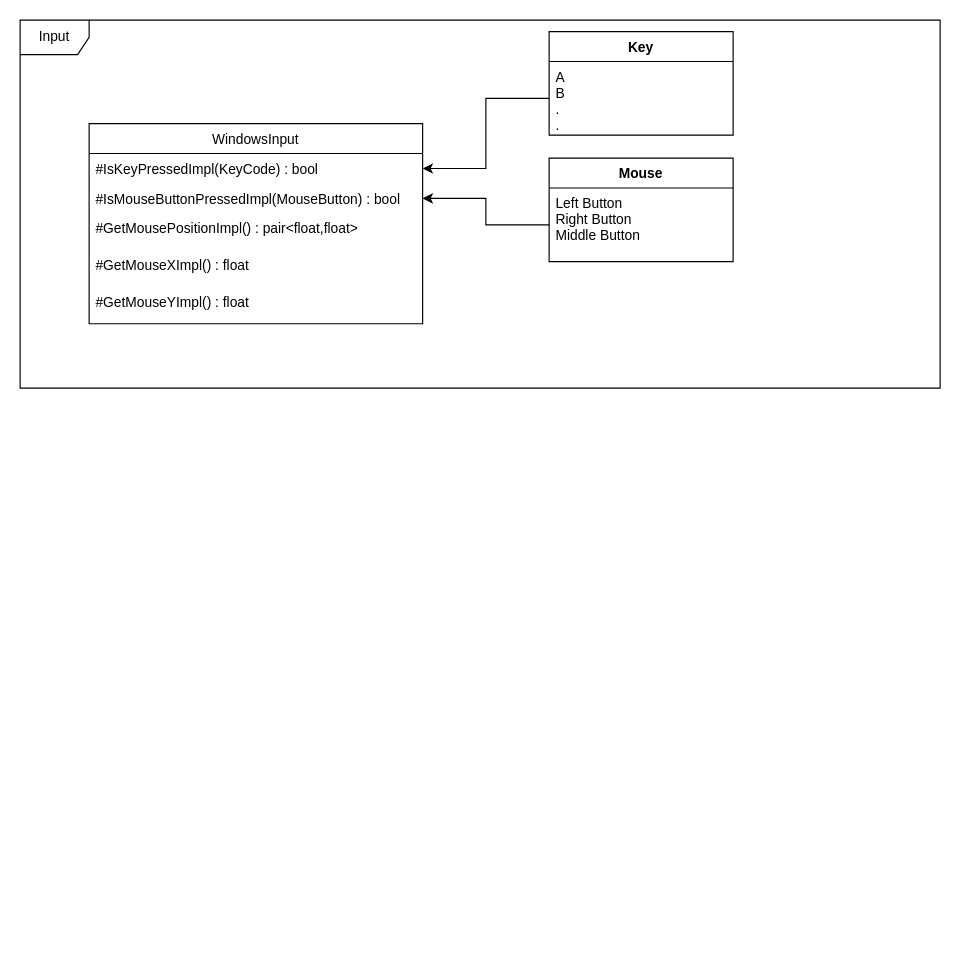
Earlier version of the draw.io diagram page "Input" (2 of 4) of UMLDiagram.drawio (hazN/ECS_Engine). Source tidied: cells renumbered, new cells numbered last; positions are measured from the earlier drawing's top-left corner, leaving out a move shared by most shapes. Both pictures are drawn from the tidied source at 115%, with x=0, y=0 at pixel (20, 20).
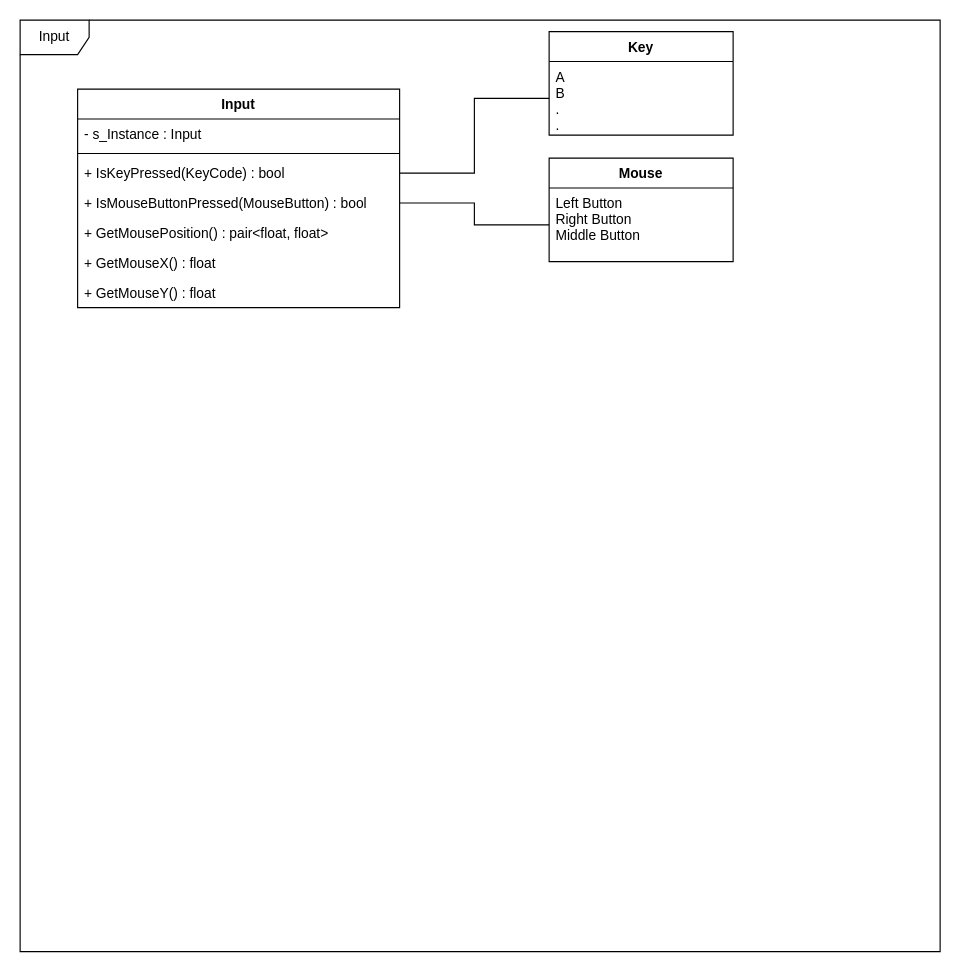
The same page after the edit.

Commit message:
Update UMLDiagram : input

Diff of the diagram source:
```diff
@@
 <mxGraphModel>
   <root>
     <mxCell id="0" />
     <mxCell id="1" parent="0" />
     <mxCell id="2" value="Input" style="shape=umlFrame;whiteSpace=wrap;html=1;" parent="1" vertex="1">
-      <mxGeometry width="800" height="320" as="geometry" />
+      <mxGeometry width="800" height="810" as="geometry" />
     </mxCell>
-    <mxCell id="3" value="WindowsInput" style="swimlane;fontStyle=0;horizontal=1;startSize=26;fillColor=none;" parent="1" vertex="1">
-      <mxGeometry x="60" y="90" width="290" height="174" as="geometry" />
-    </mxCell>
-    <mxCell id="4" value="#IsKeyPressedImpl(KeyCode) : bool" style="text;strokeColor=none;fillColor=none;align=left;verticalAlign=top;spacingLeft=4;spacingRight=4;overflow=hidden;points=[[0,0.5],[1,0.5]];portConstraint=eastwest;" parent="3" vertex="1">
-      <mxGeometry y="26" width="290" height="26" as="geometry" />
-    </mxCell>
-    <mxCell id="5" value="#IsMouseButtonPressedImpl(MouseButton) : bool" style="text;strokeColor=none;fillColor=none;align=left;verticalAlign=top;spacingLeft=4;spacingRight=4;overflow=hidden;points=[[0,0.5],[1,0.5]];portConstraint=eastwest;" parent="3" vertex="1">
-      <mxGeometry y="52" width="290" height="26" as="geometry" />
-    </mxCell>
-    <mxCell id="6" value="#GetMousePositionImpl() : pair&lt;float,float&gt; " style="text;strokeColor=none;fillColor=none;align=left;verticalAlign=top;spacingLeft=4;spacingRight=4;overflow=hidden;" parent="3" vertex="1">
-      <mxGeometry y="78" width="290" height="32" as="geometry" />
-    </mxCell>
-    <mxCell id="7" value="#GetMouseXImpl() : float" style="text;strokeColor=none;fillColor=none;align=left;verticalAlign=top;spacingLeft=4;spacingRight=4;overflow=hidden;" parent="3" vertex="1">
-      <mxGeometry y="110" width="290" height="32" as="geometry" />
-    </mxCell>
-    <mxCell id="8" value="#GetMouseYImpl() : float" style="text;strokeColor=none;fillColor=none;align=left;verticalAlign=top;spacingLeft=4;spacingRight=4;overflow=hidden;" parent="3" vertex="1">
-      <mxGeometry y="142" width="290" height="32" as="geometry" />
-    </mxCell>
     <mxCell id="9" value="Key" style="swimlane;fontStyle=1;align=center;verticalAlign=top;horizontal=1;startSize=26;" parent="1" vertex="1">
       <mxGeometry x="460" y="10" width="160" height="90" as="geometry" />
     </mxCell>
     <mxCell id="10" value="A&#10;B&#10;.&#10;.&#10;.&#10;" style="text;strokeColor=none;fillColor=none;align=left;verticalAlign=top;spacingLeft=4;spacingRight=4;overflow=hidden;points=[[0,0.5],[1,0.5]];portConstraint=eastwest;" parent="9" vertex="1">
       <mxGeometry y="26" width="160" height="64" as="geometry" />
     </mxCell>
-    <mxCell id="11" style="edgeStyle=orthogonalEdgeStyle;rounded=0;jettySize=auto;html=1;exitX=0;exitY=0.5;exitDx=0;exitDy=0;" parent="1" edge="1" source="10" target="4">
+    <mxCell id="11" style="edgeStyle=orthogonalEdgeStyle;rounded=0;jettySize=auto;html=1;exitX=0;exitY=0.5;exitDx=0;exitDy=0;endArrow=none;endFill=0;entryX=1;entryY=0.5;entryDx=0;entryDy=0;" parent="1" edge="1" source="10" target="18">
       <mxGeometry relative="1" as="geometry" />
     </mxCell>
     <mxCell id="12" value="Mouse" style="swimlane;fontStyle=1;align=center;verticalAlign=top;horizontal=1;startSize=26;" parent="1" vertex="1">
       <mxGeometry x="460" y="120" width="160" height="90" as="geometry" />
     </mxCell>
     <mxCell id="13" value="Left Button&#10;Right Button&#10;Middle Button" style="text;strokeColor=none;fillColor=none;align=left;verticalAlign=top;spacingLeft=4;spacingRight=4;overflow=hidden;points=[[0,0.5],[1,0.5]];portConstraint=eastwest;" parent="12" vertex="1">
       <mxGeometry y="26" width="160" height="64" as="geometry" />
     </mxCell>
-    <mxCell id="14" style="edgeStyle=orthogonalEdgeStyle;rounded=0;jettySize=auto;html=1;exitX=0;exitY=0.5;exitDx=0;exitDy=0;entryX=1;entryY=0.5;entryDx=0;entryDy=0;" parent="1" edge="1" source="13" target="5">
+    <mxCell id="14" style="edgeStyle=orthogonalEdgeStyle;rounded=0;jettySize=auto;html=1;exitX=0;exitY=0.5;exitDx=0;exitDy=0;endArrow=none;endFill=0;" parent="1" edge="1" source="13" target="19">
       <mxGeometry relative="1" as="geometry" />
     </mxCell>
+    <mxCell id="15" value="Input" style="swimlane;fontStyle=1;align=center;verticalAlign=top;horizontal=1;startSize=26;" parent="1" vertex="1">
+      <mxGeometry x="50" y="60" width="280" height="190" as="geometry" />
+    </mxCell>
+    <mxCell id="16" value="- s_Instance : Input" style="text;strokeColor=none;fillColor=none;align=left;verticalAlign=top;spacingLeft=4;spacingRight=4;overflow=hidden;" parent="15" vertex="1">
+      <mxGeometry y="26" width="280" height="26" as="geometry" />
+    </mxCell>
+    <mxCell id="17" style="line;strokeWidth=1;fillColor=none;align=left;verticalAlign=middle;spacingTop=-1;spacingLeft=3;spacingRight=3;labelPosition=right;strokeColor=inherit;" parent="15" vertex="1">
+      <mxGeometry y="52" width="280" height="8" as="geometry" />
+    </mxCell>
+    <mxCell id="18" value="+ IsKeyPressed(KeyCode) : bool" style="text;strokeColor=none;fillColor=none;align=left;verticalAlign=top;spacingLeft=4;spacingRight=4;overflow=hidden;points=[[0,0.5],[1,0.5]];portConstraint=eastwest;" parent="15" vertex="1">
+      <mxGeometry y="60" width="280" height="26" as="geometry" />
+    </mxCell>
+    <mxCell id="19" value="+ IsMouseButtonPressed(MouseButton) : bool" style="text;strokeColor=none;fillColor=none;align=left;verticalAlign=top;spacingLeft=4;spacingRight=4;overflow=hidden;points=[[0,0.5],[1,0.5]];portConstraint=eastwest;" parent="15" vertex="1">
+      <mxGeometry y="86" width="280" height="26" as="geometry" />
+    </mxCell>
+    <mxCell id="20" value="+ GetMousePosition() : pair&lt;float, float&gt;" style="text;strokeColor=none;fillColor=none;align=left;verticalAlign=top;spacingLeft=4;spacingRight=4;overflow=hidden;" parent="15" vertex="1">
+      <mxGeometry y="112" width="280" height="26" as="geometry" />
+    </mxCell>
+    <mxCell id="21" value="+ GetMouseX() : float" style="text;strokeColor=none;fillColor=none;align=left;verticalAlign=top;spacingLeft=4;spacingRight=4;overflow=hidden;" parent="15" vertex="1">
+      <mxGeometry y="138" width="280" height="26" as="geometry" />
+    </mxCell>
+    <mxCell id="22" value="+ GetMouseY() : float" style="text;strokeColor=none;fillColor=none;align=left;verticalAlign=top;spacingLeft=4;spacingRight=4;overflow=hidden;" parent="15" vertex="1">
+      <mxGeometry y="164" width="280" height="26" as="geometry" />
+    </mxCell>
   </root>
 </mxGraphModel>
```
